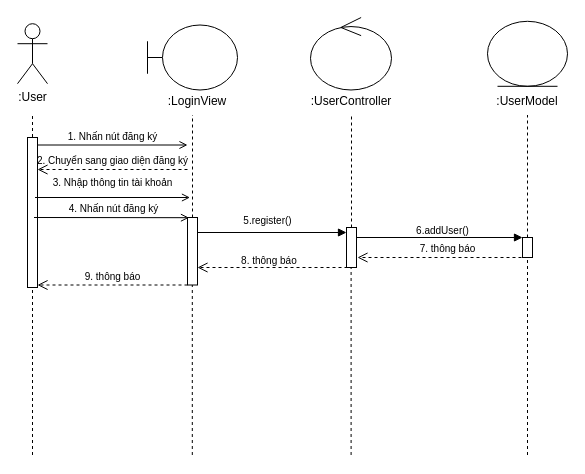
brown2004/PTTKHT-project keeps this draw.io diagram as Sequence Diagram/Quản lý tài khoản/dang_ky.drawio. Above is the earlier version. Source tidied: cells renumbered, new cells numbered last; positions are measured from the earlier drawing's top-left corner, leaving out a move shared by most shapes. Both pictures are drawn from the tidied source at 100%, with x=0, y=0 at pixel (17, 17).
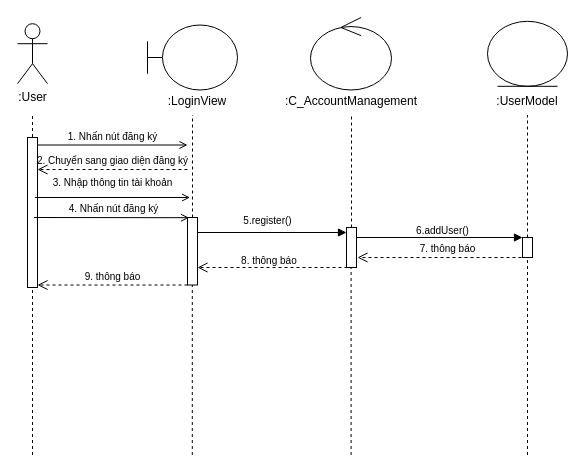
Above is the later version.

Change to the diagram source:
```diff
@@
-    <mxCell id="26" value=":UserController" style="text;html=1;align=center;verticalAlign=middle;whiteSpace=wrap;rounded=0;" parent="1" vertex="1">
+    <mxCell id="26" value=":C_AccountManagement" style="text;html=1;align=center;verticalAlign=middle;whiteSpace=wrap;rounded=0;" parent="1" vertex="1">
       <mxGeometry x="304" y="68.8" width="60" height="30" as="geometry" />
     </mxCell>
```
